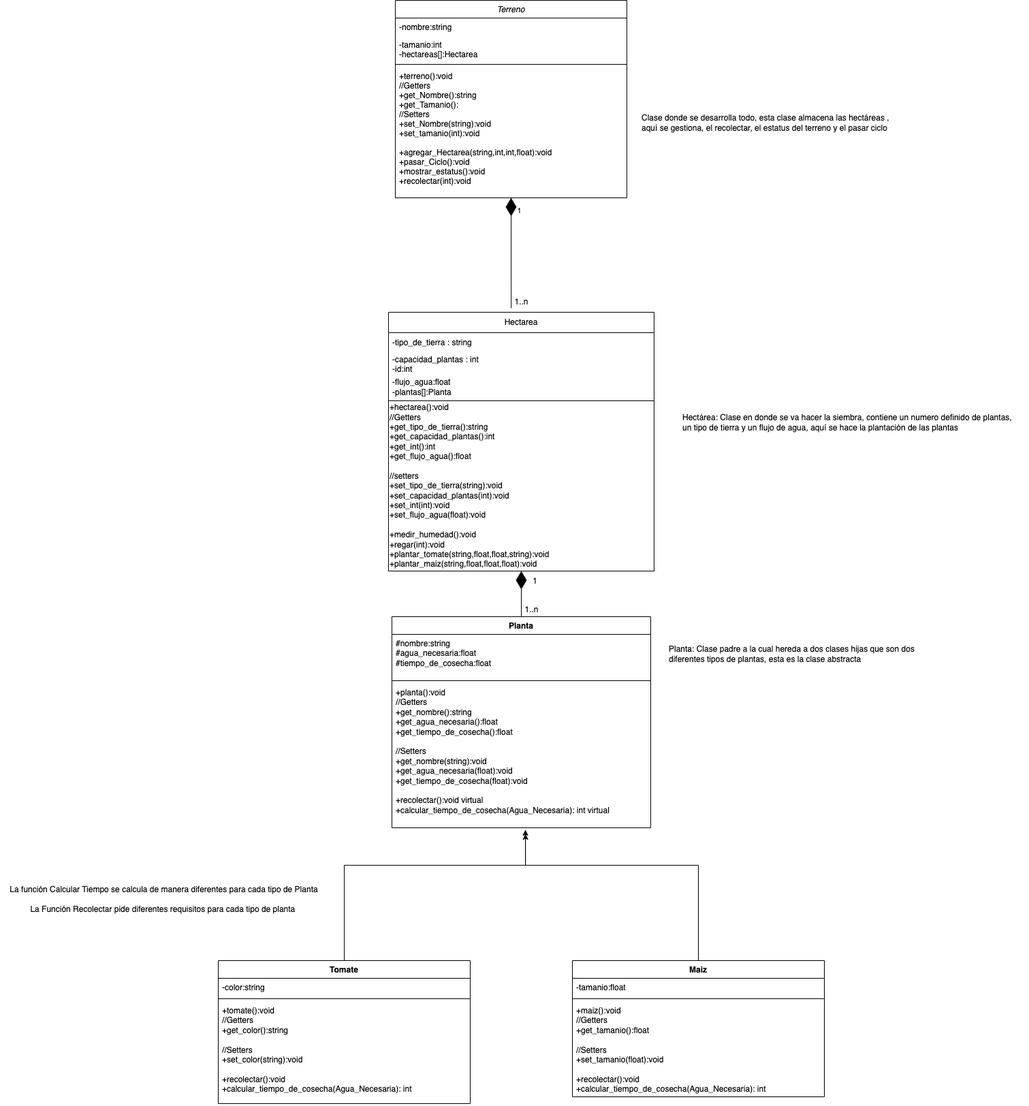
Above: Granja _UML.png in J24RM/Manzana (draw.io), before the change. Source tidied: cells renumbered, new cells last; positions are measured from the earlier drawing's top-left corner, leaving out a move shared by most shapes.
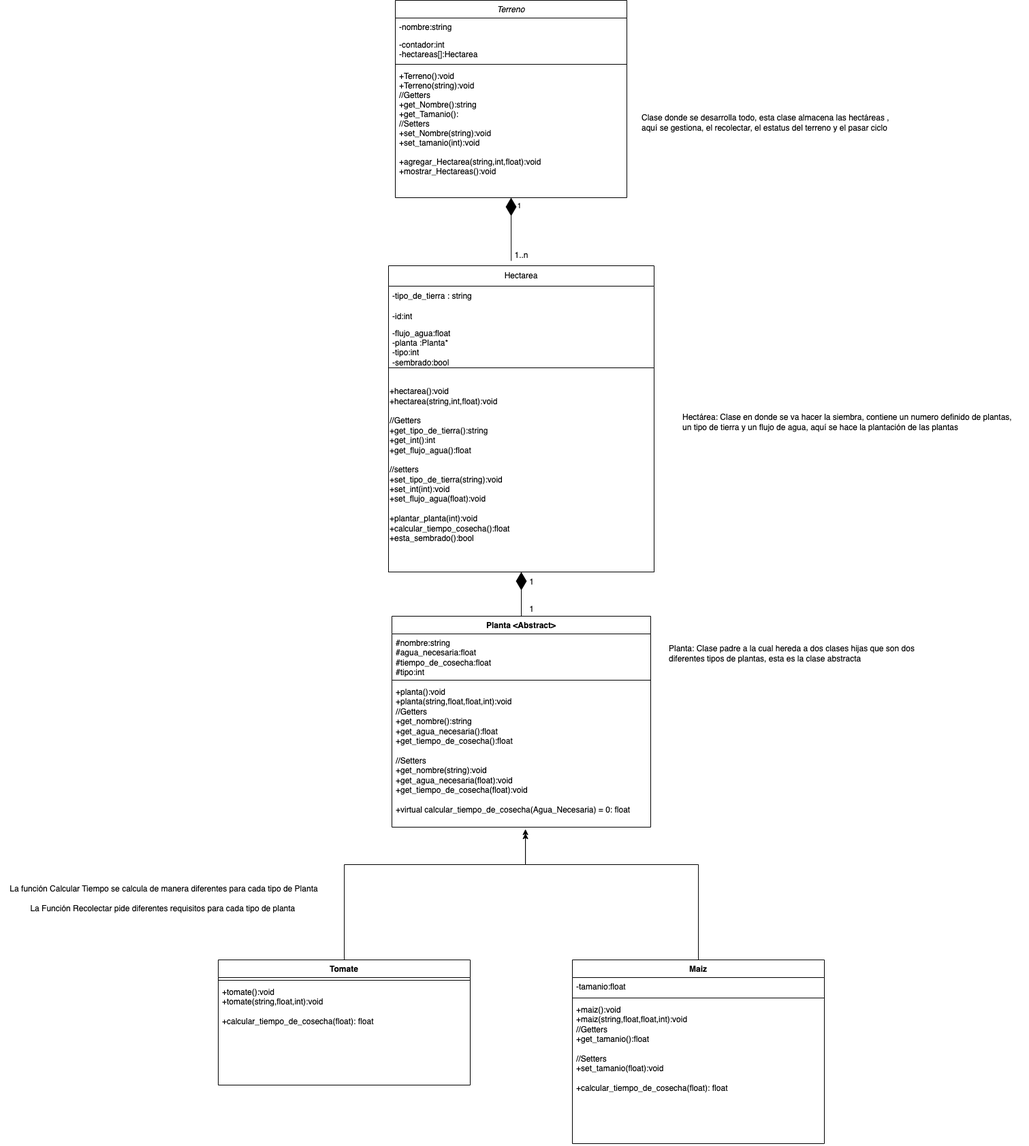
After the commit.

Commit message:
Se modifico el UML para agregar polimorfismo y se modifico el readme con mas casos de fallo

Change to the diagram source:
```diff
@@ -8,29 +8,29 @@
     <mxCell id="3" value="-nombre:string&#10;" style="text;align=left;verticalAlign=top;spacingLeft=4;spacingRight=4;overflow=hidden;" parent="2" vertex="1">
       <mxGeometry y="26" width="340" height="26" as="geometry" />
     </mxCell>
-    <mxCell id="4" value="-tamanio:int&#10;-hectareas[]:Hectarea&#10;" style="text;align=left;verticalAlign=top;spacingLeft=4;spacingRight=4;overflow=hidden;rounded=0;shadow=0;html=0;" parent="2" vertex="1">
+    <mxCell id="4" value="-contador:int&#10;-hectareas[]:Hectarea&#10;" style="text;align=left;verticalAlign=top;spacingLeft=4;spacingRight=4;overflow=hidden;rounded=0;shadow=0;html=0;" parent="2" vertex="1">
       <mxGeometry y="52" width="340" height="38" as="geometry" />
     </mxCell>
     <mxCell id="5" style="line;html=1;strokeWidth=1;align=left;verticalAlign=middle;spacingTop=-1;spacingLeft=3;spacingRight=3;labelPosition=right;" parent="2" vertex="1">
       <mxGeometry y="90" width="340" height="8" as="geometry" />
     </mxCell>
-    <mxCell id="6" value="+terreno():void&#10;//Getters&#10;+get_Nombre():string&#10;+get_Tamanio():&#10;//Setters&#10;+set_Nombre(string):void&#10;+set_tamanio(int):void&#10;&#10;+agregar_Hectarea(string,int,int,float):void&#10;+pasar_Ciclo():void&#10;+mostrar_estatus():void&#10;+recolectar(int):void" style="text;align=left;verticalAlign=top;spacingLeft=4;spacingRight=4;overflow=hidden;" parent="2" vertex="1">
+    <mxCell id="6" value="+Terreno():void&#10;+Terreno(string):void&#10;//Getters&#10;+get_Nombre():string&#10;+get_Tamanio():&#10;//Setters&#10;+set_Nombre(string):void&#10;+set_tamanio(int):void&#10;&#10;+agregar_Hectarea(string,int,float):void&#10;+mostrar_Hectareas():void&#10;" style="text;align=left;verticalAlign=top;spacingLeft=4;spacingRight=4;overflow=hidden;" parent="2" vertex="1">
       <mxGeometry y="98" width="340" height="184" as="geometry" />
     </mxCell>
     <mxCell id="7" value="Hectarea" style="swimlane;fontStyle=0;horizontal=1;startSize=30;whiteSpace=wrap;html=1;" parent="1" vertex="1">
-      <mxGeometry x="570" y="458" width="390" height="380" as="geometry" />
+      <mxGeometry x="570" y="390" width="390" height="450" as="geometry" />
     </mxCell>
     <mxCell id="8" value="-tipo_de_tierra : string" style="text;strokeColor=none;fillColor=none;align=left;verticalAlign=middle;spacingLeft=4;spacingRight=4;overflow=hidden;whiteSpace=wrap;html=1;" parent="7" vertex="1">
       <mxGeometry y="30" width="390" height="30" as="geometry" />
     </mxCell>
-    <mxCell id="9" value="-capacidad_plantas : int&lt;div&gt;-id:int&lt;/div&gt;" style="text;strokeColor=none;fillColor=none;align=left;verticalAlign=middle;spacingLeft=4;spacingRight=4;overflow=hidden;whiteSpace=wrap;html=1;" parent="7" vertex="1">
+    <mxCell id="9" value="&lt;div&gt;-id:int&lt;/div&gt;" style="text;strokeColor=none;fillColor=none;align=left;verticalAlign=middle;spacingLeft=4;spacingRight=4;overflow=hidden;whiteSpace=wrap;html=1;" parent="7" vertex="1">
       <mxGeometry y="60" width="390" height="30" as="geometry" />
     </mxCell>
-    <mxCell id="10" value="-flujo_agua:float&lt;div&gt;-plantas[]:Planta&lt;/div&gt;" style="text;strokeColor=none;fillColor=none;align=left;verticalAlign=middle;spacingLeft=4;spacingRight=4;overflow=hidden;whiteSpace=wrap;html=1;" parent="7" vertex="1">
-      <mxGeometry y="90" width="390" height="40" as="geometry" />
+    <mxCell id="10" value="-flujo_agua:float&lt;div&gt;-planta :Planta*&lt;/div&gt;&lt;div&gt;-tipo:int&lt;/div&gt;&lt;div&gt;-sembrado:bool&lt;/div&gt;" style="text;strokeColor=none;fillColor=none;align=left;verticalAlign=middle;spacingLeft=4;spacingRight=4;overflow=hidden;whiteSpace=wrap;html=1;" parent="7" vertex="1">
+      <mxGeometry y="90" width="390" height="60" as="geometry" />
     </mxCell>
-    <mxCell id="11" value="&lt;div&gt;+hectarea():void&lt;/div&gt;&lt;div&gt;//Getters&lt;/div&gt;&lt;div&gt;+get_tipo_de_tierra():string&lt;/div&gt;&lt;div&gt;+get_capacidad_plantas():int&lt;/div&gt;&lt;div&gt;+get_int():int&lt;/div&gt;&lt;div&gt;+get_flujo_agua():float&lt;/div&gt;&lt;div&gt;&lt;br&gt;&lt;/div&gt;&lt;div&gt;//setters&lt;/div&gt;&lt;div&gt;&lt;div&gt;+set_tipo_de_tierra(string):void&lt;/div&gt;&lt;div&gt;+set_capacidad_plantas(int):void&lt;/div&gt;&lt;div&gt;+set_int(int):void&lt;/div&gt;&lt;div&gt;+set_flujo_agua(float):void&lt;/div&gt;&lt;/div&gt;&lt;div&gt;&lt;br&gt;&lt;/div&gt;+medir_humedad():void&lt;div&gt;+regar(int):void&lt;/div&gt;&lt;div&gt;+plantar_tomate(string,float,float,string):void&lt;/div&gt;&lt;div&gt;+plantar_maiz(string,float,float,float):void&lt;/div&gt;" style="rounded=0;whiteSpace=wrap;html=1;align=left;" parent="7" vertex="1">
-      <mxGeometry y="130" width="390" height="250" as="geometry" />
+    <mxCell id="11" value="&lt;div&gt;+hectarea():void&lt;/div&gt;&lt;div&gt;+hectarea(string,int,float):void&lt;/div&gt;&lt;div&gt;&lt;br&gt;&lt;/div&gt;&lt;div&gt;//Getters&lt;/div&gt;&lt;div&gt;+get_tipo_de_tierra():string&lt;/div&gt;&lt;div&gt;&lt;span style=&quot;background-color: transparent; color: light-dark(rgb(0, 0, 0), rgb(255, 255, 255));&quot;&gt;+get_int():int&lt;/span&gt;&lt;/div&gt;&lt;div&gt;+get_flujo_agua():float&lt;/div&gt;&lt;div&gt;&lt;br&gt;&lt;/div&gt;&lt;div&gt;//setters&lt;/div&gt;&lt;div&gt;&lt;div&gt;+set_tipo_de_tierra(string):void&lt;/div&gt;&lt;div&gt;&lt;span style=&quot;background-color: transparent; color: light-dark(rgb(0, 0, 0), rgb(255, 255, 255));&quot;&gt;+set_int(int):void&lt;/span&gt;&lt;/div&gt;&lt;div&gt;+set_flujo_agua(float):void&lt;/div&gt;&lt;/div&gt;&lt;div&gt;&lt;br&gt;&lt;/div&gt;&lt;div&gt;&lt;span style=&quot;background-color: transparent; color: light-dark(rgb(0, 0, 0), rgb(255, 255, 255));&quot;&gt;+plantar_planta(int):void&lt;/span&gt;&lt;/div&gt;&lt;div&gt;&lt;span style=&quot;background-color: transparent; color: light-dark(rgb(0, 0, 0), rgb(255, 255, 255));&quot;&gt;+calcular_tiempo_cosecha():float&lt;/span&gt;&lt;/div&gt;&lt;div&gt;&lt;span style=&quot;background-color: transparent; color: light-dark(rgb(0, 0, 0), rgb(255, 255, 255));&quot;&gt;+esta_sembrado():bool&lt;/span&gt;&lt;/div&gt;&lt;div&gt;&lt;br&gt;&lt;/div&gt;" style="rounded=0;whiteSpace=wrap;html=1;align=left;" parent="7" vertex="1">
+      <mxGeometry y="150" width="390" height="300" as="geometry" />
     </mxCell>
     <mxCell id="12" style="endArrow=diamondThin;endFill=1;endSize=24;html=1;rounded=0;exitX=0.462;exitY=-0.016;exitDx=0;exitDy=0;exitPerimeter=0;entryX=0.5;entryY=1;entryDx=0;entryDy=0;" parent="1" edge="1" source="7" target="2">
       <mxGeometry relative="1" as="geometry" />
@@ -41,40 +41,37 @@
       </mxGeometry>
     </mxCell>
     <mxCell id="14" value="1..n" style="text;html=1;align=center;verticalAlign=middle;strokeColor=none;fillColor=none;" parent="1" vertex="1">
-      <mxGeometry x="745" y="428" width="40" height="30" as="geometry" />
+      <mxGeometry x="745" y="360" width="40" height="30" as="geometry" />
     </mxCell>
-    <mxCell id="15" value="Planta" style="swimlane;fontStyle=1;align=center;verticalAlign=top;horizontal=1;startSize=26;whiteSpace=wrap;html=1;" parent="1" vertex="1">
+    <mxCell id="15" value="Planta &amp;lt;Abstract&amp;gt;" style="swimlane;fontStyle=1;align=center;verticalAlign=top;horizontal=1;startSize=26;whiteSpace=wrap;html=1;" parent="1" vertex="1">
       <mxGeometry x="575" y="905" width="380" height="310" as="geometry" />
     </mxCell>
-    <mxCell id="16" value="#nombre:string&lt;div&gt;#agua_necesaria:float&lt;/div&gt;&lt;div&gt;#tiempo_de_cosecha:float&lt;/div&gt;" style="text;strokeColor=none;fillColor=none;align=left;verticalAlign=top;spacingLeft=4;spacingRight=4;overflow=hidden;whiteSpace=wrap;html=1;" parent="15" vertex="1">
+    <mxCell id="16" value="#nombre:string&lt;div&gt;#agua_necesaria:float&lt;/div&gt;&lt;div&gt;#tiempo_de_cosecha:float&lt;/div&gt;&lt;div&gt;#tipo:int&lt;/div&gt;" style="text;strokeColor=none;fillColor=none;align=left;verticalAlign=top;spacingLeft=4;spacingRight=4;overflow=hidden;whiteSpace=wrap;html=1;" parent="15" vertex="1">
       <mxGeometry y="26" width="380" height="64" as="geometry" />
     </mxCell>
     <mxCell id="17" style="line;strokeWidth=1;fillColor=none;align=left;verticalAlign=middle;spacingTop=-1;spacingLeft=3;spacingRight=3;labelPosition=right;strokeColor=inherit;" parent="15" vertex="1">
       <mxGeometry y="90" width="380" height="8" as="geometry" />
     </mxCell>
-    <mxCell id="18" value="&lt;div&gt;+planta():void&lt;/div&gt;&lt;div&gt;//Getters&lt;/div&gt;&lt;div&gt;+get_nombre():string&lt;/div&gt;&lt;div&gt;+get_agua_necesaria():float&lt;/div&gt;&lt;div&gt;+get_tiempo_de_cosecha():float&lt;/div&gt;&lt;div&gt;&lt;br&gt;&lt;/div&gt;&lt;div&gt;//Setters&lt;/div&gt;&lt;div&gt;&lt;div&gt;+get_nombre(string):void&lt;/div&gt;&lt;div&gt;+get_agua_necesaria(float):void&lt;/div&gt;&lt;div&gt;+get_tiempo_de_cosecha(float):void&lt;/div&gt;&lt;/div&gt;&lt;div&gt;&lt;br&gt;&lt;/div&gt;+recolectar():void virtual&lt;div&gt;+calcular_tiempo_de_cosecha(Agua_Necesaria): int virtual&lt;/div&gt;" style="text;strokeColor=none;fillColor=none;align=left;verticalAlign=top;spacingLeft=4;spacingRight=4;overflow=hidden;points=[[0,0.5],[1,0.5]];portConstraint=eastwest;whiteSpace=wrap;html=1;" parent="15" vertex="1">
+    <mxCell id="18" value="&lt;div&gt;+planta():void&lt;/div&gt;&lt;div&gt;+planta(string,float,float,int):void&lt;/div&gt;&lt;div&gt;//Getters&lt;/div&gt;&lt;div&gt;+get_nombre():string&lt;/div&gt;&lt;div&gt;+get_agua_necesaria():float&lt;/div&gt;&lt;div&gt;+get_tiempo_de_cosecha():float&lt;/div&gt;&lt;div&gt;&lt;br&gt;&lt;/div&gt;&lt;div&gt;//Setters&lt;/div&gt;&lt;div&gt;&lt;div&gt;+get_nombre(string):void&lt;/div&gt;&lt;div&gt;+get_agua_necesaria(float):void&lt;/div&gt;&lt;div&gt;+get_tiempo_de_cosecha(float):void&lt;/div&gt;&lt;/div&gt;&lt;div&gt;&lt;br&gt;&lt;/div&gt;&lt;div&gt;+virtual calcular_tiempo_de_cosecha(Agua_Necesaria) = 0: float&amp;nbsp;&lt;/div&gt;" style="text;strokeColor=none;fillColor=none;align=left;verticalAlign=top;spacingLeft=4;spacingRight=4;overflow=hidden;points=[[0,0.5],[1,0.5]];portConstraint=eastwest;whiteSpace=wrap;html=1;" parent="15" vertex="1">
       <mxGeometry y="98" width="380" height="212" as="geometry" />
     </mxCell>
     <mxCell id="19" style="endArrow=diamondThin;endFill=1;endSize=24;html=1;rounded=0;entryX=0.5;entryY=1;entryDx=0;entryDy=0;exitX=0.5;exitY=0;exitDx=0;exitDy=0;" parent="1" edge="1" source="15" target="11">
       <mxGeometry relative="1" as="geometry" />
     </mxCell>
     <mxCell id="20" value="1" style="text;html=1;align=center;verticalAlign=middle;strokeColor=none;fillColor=none;" parent="1" vertex="1">
-      <mxGeometry x="770" y="838" width="30" height="30" as="geometry" />
+      <mxGeometry x="765" y="840" width="30" height="30" as="geometry" />
     </mxCell>
-    <mxCell id="21" value="1..n" style="text;html=1;align=center;verticalAlign=middle;strokeColor=none;fillColor=none;" parent="1" vertex="1">
-      <mxGeometry x="760" y="880" width="40" height="30" as="geometry" />
+    <mxCell id="21" value="1" style="text;html=1;align=center;verticalAlign=middle;strokeColor=none;fillColor=none;" parent="1" vertex="1">
+      <mxGeometry x="765" y="880" width="30" height="30" as="geometry" />
     </mxCell>
     <mxCell id="22" value="Tomate" style="swimlane;fontStyle=1;align=center;verticalAlign=top;horizontal=1;startSize=26;whiteSpace=wrap;html=1;" parent="1" vertex="1">
-      <mxGeometry x="320" y="1410" width="370" height="210" as="geometry" />
+      <mxGeometry x="320" y="1410" width="370" height="184" as="geometry" />
     </mxCell>
-    <mxCell id="23" value="-color:string" style="text;strokeColor=none;fillColor=none;align=left;verticalAlign=top;spacingLeft=4;spacingRight=4;overflow=hidden;whiteSpace=wrap;html=1;" parent="22" vertex="1">
-      <mxGeometry y="26" width="370" height="26" as="geometry" />
-    </mxCell>
     <mxCell id="24" style="line;strokeWidth=1;fillColor=none;align=left;verticalAlign=middle;spacingTop=-1;spacingLeft=3;spacingRight=3;labelPosition=right;strokeColor=inherit;" parent="22" vertex="1">
-      <mxGeometry y="52" width="370" height="8" as="geometry" />
+      <mxGeometry y="26" width="370" height="8" as="geometry" />
     </mxCell>
-    <mxCell id="25" value="&lt;div&gt;+tomate():void&lt;/div&gt;&lt;div&gt;//Getters&lt;/div&gt;&lt;div&gt;+get_color():string&lt;/div&gt;&lt;div&gt;&lt;br&gt;&lt;/div&gt;&lt;div&gt;//Setters&lt;/div&gt;&lt;div&gt;+set_color(string):void&lt;/div&gt;&lt;div&gt;&lt;br&gt;&lt;/div&gt;+recolectar():void&amp;nbsp;&lt;div&gt;+calcular_tiempo_de_cosecha(Agua_Necesaria): int&amp;nbsp;&lt;/div&gt;" style="text;strokeColor=none;fillColor=none;align=left;verticalAlign=top;spacingLeft=4;spacingRight=4;overflow=hidden;whiteSpace=wrap;html=1;" parent="22" vertex="1">
-      <mxGeometry y="60" width="370" height="150" as="geometry" />
+    <mxCell id="25" value="&lt;div&gt;+tomate():void&lt;/div&gt;&lt;div&gt;+tomate(string,float,int):void&lt;/div&gt;&lt;div&gt;&lt;br&gt;&lt;/div&gt;&lt;div&gt;+calcular_tiempo_de_cosecha(float): float&amp;nbsp;&lt;/div&gt;" style="text;strokeColor=none;fillColor=none;align=left;verticalAlign=top;spacingLeft=4;spacingRight=4;overflow=hidden;whiteSpace=wrap;html=1;" parent="22" vertex="1">
+      <mxGeometry y="34" width="370" height="150" as="geometry" />
     </mxCell>
     <mxCell id="26" style="edgeStyle=orthogonalEdgeStyle;rounded=0;jettySize=auto;html=1;exitX=0.5;exitY=0;exitDx=0;exitDy=0;entryX=0.516;entryY=1.042;entryDx=0;entryDy=0;entryPerimeter=0;" parent="1" edge="1" source="22" target="18">
       <mxGeometry relative="1" as="geometry">
@@ -85,7 +82,7 @@
       </mxGeometry>
     </mxCell>
     <mxCell id="27" value="Maiz" style="swimlane;fontStyle=1;align=center;verticalAlign=top;horizontal=1;startSize=26;whiteSpace=wrap;html=1;" parent="1" vertex="1">
-      <mxGeometry x="840" y="1410" width="370" height="200" as="geometry" />
+      <mxGeometry x="840" y="1410" width="370" height="270" as="geometry" />
     </mxCell>
     <mxCell id="28" value="-tamanio:float" style="text;strokeColor=none;fillColor=none;align=left;verticalAlign=top;spacingLeft=4;spacingRight=4;overflow=hidden;whiteSpace=wrap;html=1;" parent="27" vertex="1">
       <mxGeometry y="26" width="370" height="26" as="geometry" />
@@ -93,8 +90,8 @@
     <mxCell id="29" style="line;strokeWidth=1;fillColor=none;align=left;verticalAlign=middle;spacingTop=-1;spacingLeft=3;spacingRight=3;labelPosition=right;strokeColor=inherit;" parent="27" vertex="1">
       <mxGeometry y="52" width="370" height="8" as="geometry" />
     </mxCell>
-    <mxCell id="30" value="&lt;div&gt;+maiz():void&lt;/div&gt;&lt;div&gt;//Getters&lt;/div&gt;&lt;div&gt;+get_tamanio():float&lt;/div&gt;&lt;div&gt;&lt;br&gt;&lt;/div&gt;&lt;div&gt;//Setters&lt;/div&gt;&lt;div&gt;+set_tamanio(float):void&lt;/div&gt;&lt;div&gt;&lt;br&gt;&lt;/div&gt;+recolectar():void&amp;nbsp;&lt;div&gt;+calcular_tiempo_de_cosecha(Agua_Necesaria): int&amp;nbsp;&lt;/div&gt;" style="text;strokeColor=none;fillColor=none;align=left;verticalAlign=top;spacingLeft=4;spacingRight=4;overflow=hidden;whiteSpace=wrap;html=1;" parent="27" vertex="1">
-      <mxGeometry y="60" width="370" height="140" as="geometry" />
+    <mxCell id="30" value="&lt;div&gt;+maiz():void&lt;/div&gt;&lt;div&gt;+maiz(string,float,float,int):void&lt;/div&gt;&lt;div&gt;//Getters&lt;/div&gt;&lt;div&gt;+get_tamanio():float&lt;/div&gt;&lt;div&gt;&lt;br&gt;&lt;/div&gt;&lt;div&gt;//Setters&lt;/div&gt;&lt;div&gt;+set_tamanio(float):void&lt;/div&gt;&lt;div&gt;&lt;br&gt;&lt;/div&gt;&lt;div&gt;+calcular_tiempo_de_cosecha(float): float&amp;nbsp;&lt;/div&gt;" style="text;strokeColor=none;fillColor=none;align=left;verticalAlign=top;spacingLeft=4;spacingRight=4;overflow=hidden;whiteSpace=wrap;html=1;" parent="27" vertex="1">
+      <mxGeometry y="60" width="370" height="210" as="geometry" />
     </mxCell>
     <mxCell id="31" style="edgeStyle=orthogonalEdgeStyle;rounded=0;jettySize=auto;html=1;exitX=0.5;exitY=0;exitDx=0;exitDy=0;entryX=0.516;entryY=1.014;entryDx=0;entryDy=0;entryPerimeter=0;" parent="1" edge="1" source="27" target="18">
       <mxGeometry relative="1" as="geometry">
```
